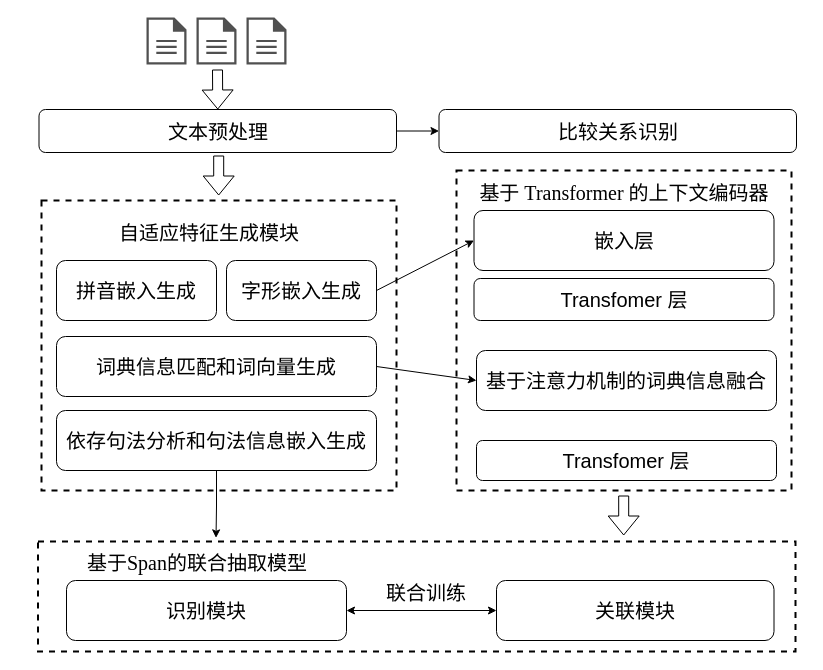
Before: 基于特征增强的MQI联合抽取.drawio in JJackMoO/Jackert_draw, a draw.io diagram. Source tidied: cells renumbered, new cells numbered last; positions are measured from the earlier drawing's top-left corner, leaving out a move shared by most shapes. Both pictures are drawn from the tidied source at 100%, with x=0, y=0 at pixel (17, 17).
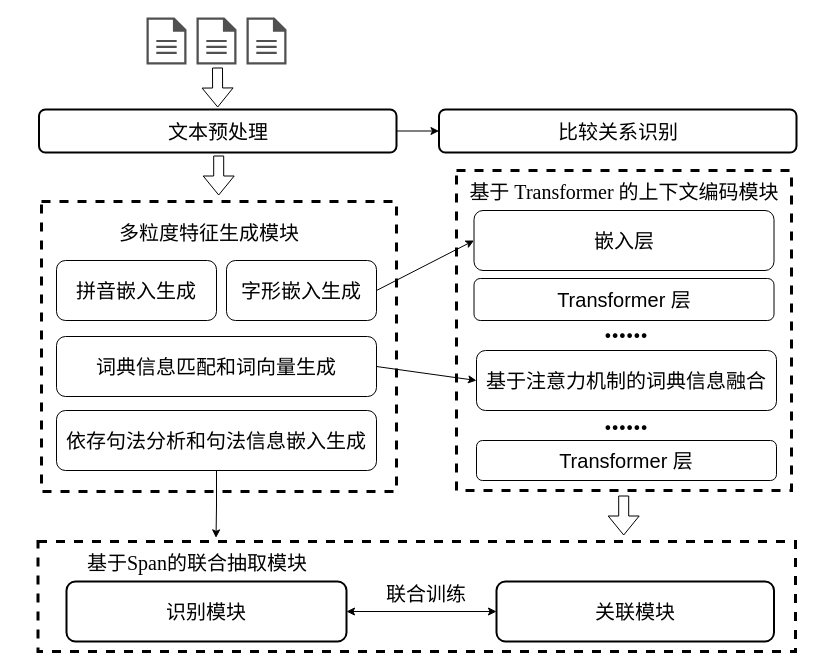
The same page after the edit.

Commit message:
更新基于特征增强的MQI联合抽取.drawio

Diff of the diagram source:
```diff
@@
-    <mxCell id="2" style="rounded=0;whiteSpace=wrap;html=1;fillColor=none;dashed=1;strokeWidth=2;" parent="1" vertex="1">
-      <mxGeometry x="24" y="183" width="355" height="290" as="geometry" />
+    <mxCell id="2" style="rounded=0;whiteSpace=wrap;html=1;fillColor=none;dashed=1;strokeWidth=3;" parent="1" vertex="1">
+      <mxGeometry x="24" y="184" width="355" height="290" as="geometry" />
     </mxCell>
@@
-    <mxCell id="4" value="&lt;font style=&quot;font-size: 20px;&quot; face=&quot;Times New Roman&quot;&gt;文本预处理&lt;/font&gt;" style="rounded=1;whiteSpace=wrap;html=1;" parent="1" vertex="1">
+    <mxCell id="4" value="&lt;font style=&quot;font-size: 20px;&quot; face=&quot;Times New Roman&quot;&gt;文本预处理&lt;/font&gt;" style="rounded=1;whiteSpace=wrap;html=1;strokeWidth=2;" parent="1" vertex="1">
       <mxGeometry x="21.5" y="92" width="357.5" height="43" as="geometry" />
     </mxCell>
@@
-    <mxCell id="15" style="rounded=0;whiteSpace=wrap;html=1;fillColor=none;dashed=1;strokeWidth=2;" parent="1" vertex="1">
+    <mxCell id="15" style="rounded=0;whiteSpace=wrap;html=1;fillColor=none;dashed=1;strokeWidth=3;" parent="1" vertex="1">
       <mxGeometry x="439" y="153" width="335" height="320" as="geometry" />
     </mxCell>
-    <mxCell id="16" value="&lt;font face=&quot;Times New Roman&quot; style=&quot;font-size: 20px;&quot;&gt;基于 Transformer 的上下文编码器&lt;/font&gt;" style="text;strokeColor=none;align=center;fillColor=none;html=1;verticalAlign=middle;whiteSpace=wrap;rounded=0;" parent="1" vertex="1">
-      <mxGeometry x="426.5" y="160" width="360" height="30" as="geometry" />
+    <mxCell id="16" value="&lt;font face=&quot;Times New Roman&quot; style=&quot;font-size: 20px;&quot;&gt;基于 Transformer 的上下文编码模块&lt;/font&gt;" style="text;strokeColor=none;align=center;fillColor=none;html=1;verticalAlign=middle;whiteSpace=wrap;rounded=0;" parent="1" vertex="1">
+      <mxGeometry x="426.5" y="159" width="360" height="30" as="geometry" />
     </mxCell>
@@
-    <mxCell id="18" value="&lt;font style=&quot;font-size: 20px;&quot;&gt;Transfomer 层&lt;/font&gt;" style="rounded=1;whiteSpace=wrap;html=1;" parent="1" vertex="1">
+    <mxCell id="18" value="&lt;font style=&quot;font-size: 20px;&quot;&gt;Transformer 层&lt;/font&gt;" style="rounded=1;whiteSpace=wrap;html=1;" parent="1" vertex="1">
       <mxGeometry x="456.5" y="261" width="300" height="42" as="geometry" />
     </mxCell>
-    <mxCell id="19" style="rounded=0;whiteSpace=wrap;html=1;fillColor=none;dashed=1;strokeWidth=2;" parent="1" vertex="1">
+    <mxCell id="19" style="rounded=0;whiteSpace=wrap;html=1;fillColor=none;dashed=1;strokeWidth=3;" parent="1" vertex="1">
       <mxGeometry x="20.5" y="524" width="757.5" height="110" as="geometry" />
     </mxCell>
-    <mxCell id="20" value="&lt;font face=&quot;Times New Roman&quot; style=&quot;font-size: 20px;&quot;&gt;自适应特征生成模块&lt;/font&gt;" style="text;strokeColor=none;align=center;fillColor=none;html=1;verticalAlign=middle;whiteSpace=wrap;rounded=0;" parent="1" vertex="1">
+    <mxCell id="20" value="&lt;font face=&quot;Times New Roman&quot; style=&quot;font-size: 20px;&quot;&gt;多粒度特征生成模块&lt;/font&gt;" style="text;strokeColor=none;align=center;fillColor=none;html=1;verticalAlign=middle;whiteSpace=wrap;rounded=0;" parent="1" vertex="1">
       <mxGeometry x="11.5" y="200" width="360" height="30" as="geometry" />
     </mxCell>
-    <mxCell id="21" value="&lt;font style=&quot;font-size: 20px;&quot;&gt;Transfomer 层&lt;/font&gt;" style="rounded=1;whiteSpace=wrap;html=1;" parent="1" vertex="1">
+    <mxCell id="21" value="&lt;font style=&quot;font-size: 20px;&quot;&gt;Transformer 层&lt;/font&gt;" style="rounded=1;whiteSpace=wrap;html=1;" parent="1" vertex="1">
       <mxGeometry x="459" y="423" width="300" height="40" as="geometry" />
     </mxCell>
@@
-    <mxCell id="23" style="shape=flexArrow;endArrow=classic;html=1;rounded=0;entryX=0.5;entryY=0;entryDx=0;entryDy=0;" parent="1" edge="1" target="4">
+    <mxCell id="23" style="shape=flexArrow;endArrow=classic;html=1;rounded=0;entryX=0.5;entryY=0;entryDx=0;entryDy=0;" parent="1" edge="1">
       <mxGeometry relative="1" as="geometry">
-        <mxPoint x="200" y="52" as="sourcePoint" />
+        <mxPoint x="200" y="50" as="sourcePoint" />
+        <mxPoint x="200.2" y="90" as="targetPoint" />
       </mxGeometry>
     </mxCell>
@@
-    <mxCell id="25" value="&lt;font style=&quot;font-size: 20px;&quot; face=&quot;Times New Roman&quot;&gt;比较关系识别&lt;/font&gt;" style="rounded=1;whiteSpace=wrap;html=1;" parent="1" vertex="1">
+    <mxCell id="25" value="&lt;font style=&quot;font-size: 20px;&quot; face=&quot;Times New Roman&quot;&gt;比较关系识别&lt;/font&gt;" style="rounded=1;whiteSpace=wrap;html=1;strokeWidth=2;" parent="1" vertex="1">
       <mxGeometry x="421.5" y="92" width="357.5" height="43" as="geometry" />
     </mxCell>
-    <mxCell id="26" value="&lt;font style=&quot;font-size: 20px;&quot;&gt;识别模块&lt;/font&gt;" style="rounded=1;whiteSpace=wrap;html=1;" parent="1" vertex="1">
-      <mxGeometry x="49" y="563" width="280" height="60" as="geometry" />
+    <mxCell id="26" value="&lt;font style=&quot;font-size: 20px;&quot;&gt;识别模块&lt;/font&gt;" style="rounded=1;whiteSpace=wrap;html=1;strokeWidth=2;" parent="1" vertex="1">
+      <mxGeometry x="49" y="564" width="280" height="60" as="geometry" />
     </mxCell>
@@
-    <mxCell id="28" value="&lt;font style=&quot;font-size: 20px;&quot;&gt;关联模块&lt;/font&gt;" style="rounded=1;whiteSpace=wrap;html=1;" parent="1" vertex="1">
-      <mxGeometry x="479" y="563" width="277.5" height="60" as="geometry" />
+    <mxCell id="28" value="&lt;font style=&quot;font-size: 20px;&quot;&gt;关联模块&lt;/font&gt;" style="rounded=1;whiteSpace=wrap;html=1;strokeWidth=2;" parent="1" vertex="1">
+      <mxGeometry x="479" y="564" width="277.5" height="60" as="geometry" />
     </mxCell>
-    <mxCell id="29" value="&lt;font face=&quot;Times New Roman&quot; style=&quot;font-size: 20px;&quot;&gt;基于Span的联合抽取模型&lt;/font&gt;" style="text;strokeColor=none;align=center;fillColor=none;html=1;verticalAlign=middle;whiteSpace=wrap;rounded=0;" parent="1" vertex="1">
+    <mxCell id="29" value="&lt;font face=&quot;Times New Roman&quot; style=&quot;font-size: 20px;&quot;&gt;基于Span的联合抽取模块&lt;/font&gt;" style="text;strokeColor=none;align=center;fillColor=none;html=1;verticalAlign=middle;whiteSpace=wrap;rounded=0;" parent="1" vertex="1">
       <mxGeometry y="530" width="360" height="30" as="geometry" />
     </mxCell>
     <mxCell id="30" value="&lt;font face=&quot;Times New Roman&quot; style=&quot;font-size: 20px;&quot;&gt;联合训练&lt;/font&gt;" style="text;strokeColor=none;align=center;fillColor=none;html=1;verticalAlign=middle;whiteSpace=wrap;rounded=0;" parent="1" vertex="1">
-      <mxGeometry x="349" y="560" width="120" height="30" as="geometry" />
+      <mxGeometry x="349" y="561" width="120" height="30" as="geometry" />
     </mxCell>
@@
+    <mxCell id="32" value="&lt;font size=&quot;1&quot; face=&quot;Times New Roman&quot;&gt;&lt;b style=&quot;font-size: 29px;&quot;&gt;......&lt;/b&gt;&lt;/font&gt;" style="text;strokeColor=none;align=center;fillColor=none;html=1;verticalAlign=middle;whiteSpace=wrap;rounded=0;" parent="1" vertex="1">
+      <mxGeometry x="429" y="296" width="360" height="30" as="geometry" />
+    </mxCell>
+    <mxCell id="33" value="&lt;font size=&quot;1&quot; face=&quot;Times New Roman&quot;&gt;&lt;b style=&quot;font-size: 29px;&quot;&gt;......&lt;/b&gt;&lt;/font&gt;" style="text;strokeColor=none;align=center;fillColor=none;html=1;verticalAlign=middle;whiteSpace=wrap;rounded=0;" parent="1" vertex="1">
+      <mxGeometry x="429" y="388" width="360" height="30" as="geometry" />
+    </mxCell>
```
